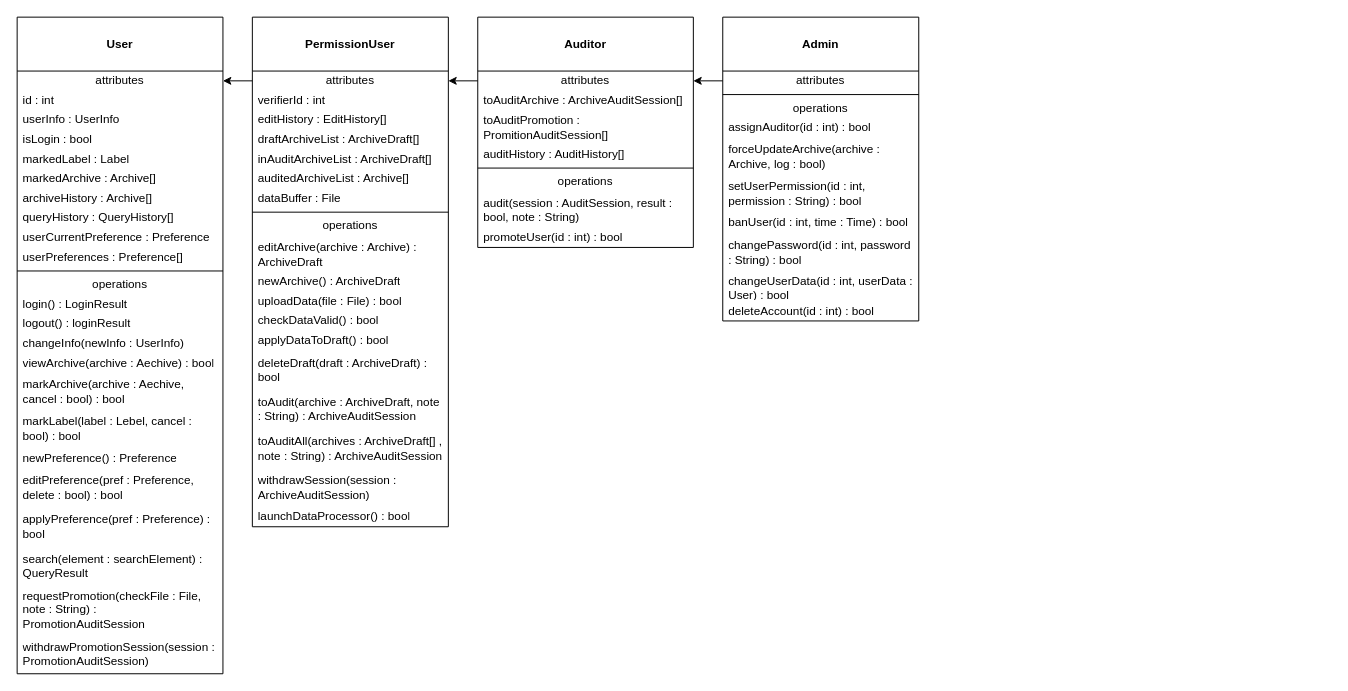
Above: UML类图.drawio in icemeowzhi/uml (draw.io), before the change. Source tidied: cells renumbered, new cells numbered last; positions are measured from the earlier drawing's top-left corner, leaving out a move shared by most shapes. Both pictures are drawn from the tidied source at 98%, with x=0, y=0 at pixel (17, 17).
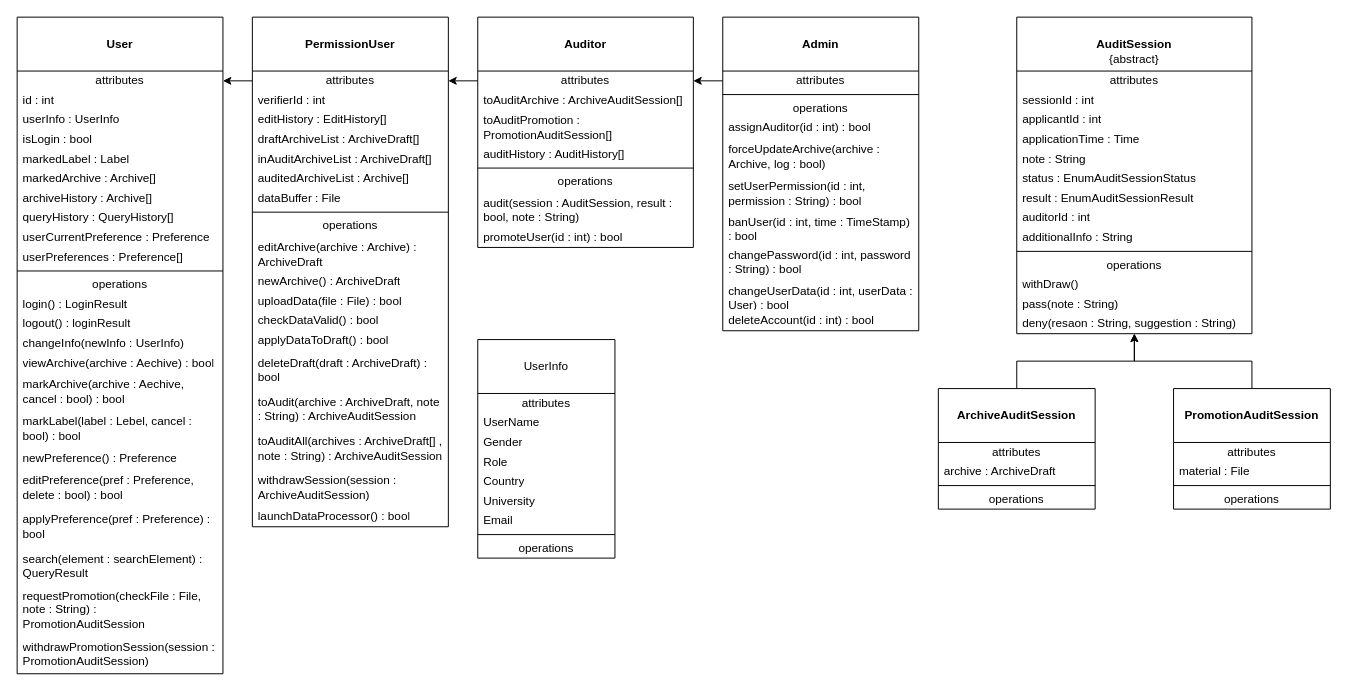
Above is the later version.

Unchanged cells that the change refers to:
```xml
<mxCell id="58" value="&lt;br&gt;&lt;b&gt;Auditor&lt;/b&gt;&lt;br&gt;" style="swimlane;fontStyle=0;align=center;verticalAlign=top;horizontal=1;startSize=55;html=1;whiteSpace=wrap;" parent="1" vertex="1">
  <mxGeometry x="470" width="220" height="235" as="geometry" />
</mxCell>
```

The edit, as a diff of the source:
```diff
@@
     <mxCell id="47" value="&lt;br&gt;&lt;b&gt;Admin&lt;/b&gt;" style="swimlane;fontStyle=0;align=center;verticalAlign=top;horizontal=1;startSize=55;html=1;whiteSpace=wrap;" parent="1" vertex="1">
-      <mxGeometry x="720" width="200" height="310" as="geometry" />
+      <mxGeometry x="720" width="200" height="320" as="geometry" />
     </mxCell>
@@
-    <mxCell id="54" value="banUser(id : int, time : Time) : bool" style="text;html=1;strokeColor=none;fillColor=none;align=left;verticalAlign=middle;spacingLeft=4;spacingRight=4;overflow=hidden;whiteSpace=wrap;" parent="47" vertex="1">
-      <mxGeometry y="200" width="200" height="20" as="geometry" />
+    <mxCell id="54" value="banUser(id : int, time : TimeStamp) : bool" style="text;html=1;strokeColor=none;fillColor=none;align=left;verticalAlign=middle;spacingLeft=4;spacingRight=4;overflow=hidden;whiteSpace=wrap;" parent="47" vertex="1">
+      <mxGeometry y="200" width="200" height="30" as="geometry" />
     </mxCell>
     <mxCell id="55" value="changePassword(id : int, password : String) : bool" style="text;html=1;strokeColor=none;fillColor=none;align=left;verticalAlign=middle;spacingLeft=4;spacingRight=4;overflow=hidden;whiteSpace=wrap;" parent="47" vertex="1">
-      <mxGeometry y="220" width="200" height="40" as="geometry" />
+      <mxGeometry y="230" width="200" height="40" as="geometry" />
     </mxCell>
     <mxCell id="56" value="changeUserData(id : int, userData : User) : bool" style="text;html=1;strokeColor=none;fillColor=none;align=left;verticalAlign=middle;spacingLeft=4;spacingRight=4;overflow=hidden;whiteSpace=wrap;" parent="47" vertex="1">
-      <mxGeometry y="260" width="200" height="30" as="geometry" />
+      <mxGeometry y="270" width="200" height="30" as="geometry" />
     </mxCell>
     <mxCell id="57" value="&lt;div&gt;deleteAccount(id : int) : bool&lt;/div&gt;" style="text;html=1;strokeColor=none;fillColor=none;align=left;verticalAlign=middle;spacingLeft=4;spacingRight=4;overflow=hidden;whiteSpace=wrap;" parent="47" vertex="1">
-      <mxGeometry y="290" width="200" height="20" as="geometry" />
+      <mxGeometry y="300" width="200" height="20" as="geometry" />
     </mxCell>
@@
-    <mxCell id="61" value="toAuditPromotion : PromitionAuditSession[]" style="text;html=1;strokeColor=none;fillColor=none;align=left;verticalAlign=middle;spacingLeft=4;spacingRight=4;overflow=hidden;whiteSpace=wrap;" parent="58" vertex="1">
+    <mxCell id="61" value="toAuditPromotion : PromotionAuditSession[]" style="text;html=1;strokeColor=none;fillColor=none;align=left;verticalAlign=middle;spacingLeft=4;spacingRight=4;overflow=hidden;whiteSpace=wrap;" parent="58" vertex="1">
       <mxGeometry y="95" width="220" height="35" as="geometry" />
     </mxCell>
@@
+    <mxCell id="70" value="&lt;br&gt;UserInfo" style="swimlane;fontStyle=0;align=center;verticalAlign=top;horizontal=1;startSize=55;html=1;whiteSpace=wrap;" parent="1" vertex="1">
+      <mxGeometry x="470" y="329" width="140" height="223" as="geometry" />
+    </mxCell>
+    <mxCell id="71" value="attributes" style="text;html=1;strokeColor=none;fillColor=none;align=center;verticalAlign=middle;spacingLeft=4;spacingRight=4;overflow=hidden;whiteSpace=wrap;" parent="70" vertex="1">
+      <mxGeometry y="55" width="140" height="20" as="geometry" />
+    </mxCell>
+    <mxCell id="72" value="UserName" style="text;html=1;strokeColor=none;fillColor=none;align=left;verticalAlign=middle;spacingLeft=4;spacingRight=4;overflow=hidden;whiteSpace=wrap;" parent="70" vertex="1">
+      <mxGeometry y="75" width="140" height="20" as="geometry" />
+    </mxCell>
+    <mxCell id="73" value="Gender" style="text;html=1;strokeColor=none;fillColor=none;align=left;verticalAlign=middle;spacingLeft=4;spacingRight=4;overflow=hidden;whiteSpace=wrap;" parent="70" vertex="1">
+      <mxGeometry y="95" width="140" height="20" as="geometry" />
+    </mxCell>
+    <mxCell id="74" value="&lt;div&gt;Role&lt;/div&gt;&lt;div&gt;&lt;br&gt;&lt;/div&gt;" style="text;html=1;strokeColor=none;fillColor=none;align=left;verticalAlign=middle;spacingLeft=4;spacingRight=4;overflow=hidden;whiteSpace=wrap;" parent="70" vertex="1">
+      <mxGeometry y="115" width="140" height="20" as="geometry" />
+    </mxCell>
+    <mxCell id="75" value="Country" style="text;html=1;strokeColor=none;fillColor=none;align=left;verticalAlign=middle;spacingLeft=4;spacingRight=4;overflow=hidden;whiteSpace=wrap;" parent="70" vertex="1">
+      <mxGeometry y="135" width="140" height="20" as="geometry" />
+    </mxCell>
+    <mxCell id="76" value="University" style="text;html=1;strokeColor=none;fillColor=none;align=left;verticalAlign=middle;spacingLeft=4;spacingRight=4;overflow=hidden;whiteSpace=wrap;" parent="70" vertex="1">
+      <mxGeometry y="155" width="140" height="20" as="geometry" />
+    </mxCell>
+    <mxCell id="77" value="Email" style="text;html=1;strokeColor=none;fillColor=none;align=left;verticalAlign=middle;spacingLeft=4;spacingRight=4;overflow=hidden;whiteSpace=wrap;" parent="70" vertex="1">
+      <mxGeometry y="175" width="140" height="20" as="geometry" />
+    </mxCell>
+    <mxCell id="78" style="line;strokeWidth=1;fillColor=none;align=left;verticalAlign=middle;spacingTop=-1;spacingLeft=3;spacingRight=3;labelPosition=right;" parent="70" vertex="1">
+      <mxGeometry y="195" width="140" height="8" as="geometry" />
+    </mxCell>
+    <mxCell id="79" value="operations" style="text;html=1;strokeColor=none;fillColor=none;align=center;verticalAlign=middle;spacingLeft=4;spacingRight=4;overflow=hidden;whiteSpace=wrap;" parent="70" vertex="1">
+      <mxGeometry y="203" width="140" height="20" as="geometry" />
+    </mxCell>
+    <mxCell id="80" value="&lt;br&gt;&lt;div&gt;&lt;b&gt;AuditSession&lt;/b&gt;&lt;/div&gt;&lt;div&gt;{abstract}&lt;b&gt;&lt;br&gt;&lt;/b&gt;&lt;/div&gt;" style="swimlane;fontStyle=0;align=center;verticalAlign=top;horizontal=1;startSize=55;html=1;whiteSpace=wrap;" parent="1" vertex="1">
+      <mxGeometry x="1020" width="240" height="323" as="geometry" />
+    </mxCell>
+    <mxCell id="81" value="attributes" style="text;html=1;strokeColor=none;fillColor=none;align=center;verticalAlign=middle;spacingLeft=4;spacingRight=4;overflow=hidden;whiteSpace=wrap;" parent="80" vertex="1">
+      <mxGeometry y="55" width="240" height="20" as="geometry" />
+    </mxCell>
+    <mxCell id="82" value="&lt;div&gt;sessionId : int&lt;/div&gt;" style="text;html=1;strokeColor=none;fillColor=none;align=left;verticalAlign=middle;spacingLeft=4;spacingRight=4;overflow=hidden;whiteSpace=wrap;" parent="80" vertex="1">
+      <mxGeometry y="75" width="240" height="20" as="geometry" />
+    </mxCell>
+    <mxCell id="83" value="&lt;div&gt;applicantId : int&lt;/div&gt;" style="text;html=1;strokeColor=none;fillColor=none;align=left;verticalAlign=middle;spacingLeft=4;spacingRight=4;overflow=hidden;whiteSpace=wrap;" parent="80" vertex="1">
+      <mxGeometry y="95" width="240" height="20" as="geometry" />
+    </mxCell>
+    <mxCell id="84" value="applicationTime : Time" style="text;html=1;strokeColor=none;fillColor=none;align=left;verticalAlign=middle;spacingLeft=4;spacingRight=4;overflow=hidden;whiteSpace=wrap;" parent="80" vertex="1">
+      <mxGeometry y="115" width="240" height="20" as="geometry" />
+    </mxCell>
+    <mxCell id="85" value="&lt;div&gt;note : String&lt;/div&gt;" style="text;html=1;strokeColor=none;fillColor=none;align=left;verticalAlign=middle;spacingLeft=4;spacingRight=4;overflow=hidden;whiteSpace=wrap;" parent="80" vertex="1">
+      <mxGeometry y="135" width="240" height="20" as="geometry" />
+    </mxCell>
+    <mxCell id="86" value="status : EnumAuditSessionStatus" style="text;html=1;strokeColor=none;fillColor=none;align=left;verticalAlign=middle;spacingLeft=4;spacingRight=4;overflow=hidden;whiteSpace=wrap;" parent="80" vertex="1">
+      <mxGeometry y="155" width="240" height="20" as="geometry" />
+    </mxCell>
+    <mxCell id="87" value="&lt;div&gt;result : EnumAuditSessionResult&lt;br&gt;&lt;/div&gt;" style="text;html=1;strokeColor=none;fillColor=none;align=left;verticalAlign=middle;spacingLeft=4;spacingRight=4;overflow=hidden;whiteSpace=wrap;" parent="80" vertex="1">
+      <mxGeometry y="175" width="240" height="20" as="geometry" />
+    </mxCell>
+    <mxCell id="88" value="auditorId : int" style="text;html=1;strokeColor=none;fillColor=none;align=left;verticalAlign=middle;spacingLeft=4;spacingRight=4;overflow=hidden;whiteSpace=wrap;" parent="80" vertex="1">
+      <mxGeometry y="195" width="240" height="20" as="geometry" />
+    </mxCell>
+    <mxCell id="89" value="additionalInfo : String" style="text;html=1;strokeColor=none;fillColor=none;align=left;verticalAlign=middle;spacingLeft=4;spacingRight=4;overflow=hidden;whiteSpace=wrap;" parent="80" vertex="1">
+      <mxGeometry y="215" width="240" height="20" as="geometry" />
+    </mxCell>
+    <mxCell id="90" style="line;strokeWidth=1;fillColor=none;align=left;verticalAlign=middle;spacingTop=-1;spacingLeft=3;spacingRight=3;labelPosition=right;" parent="80" vertex="1">
+      <mxGeometry y="235" width="240" height="8" as="geometry" />
+    </mxCell>
+    <mxCell id="91" value="operations" style="text;html=1;strokeColor=none;fillColor=none;align=center;verticalAlign=middle;spacingLeft=4;spacingRight=4;overflow=hidden;whiteSpace=wrap;" parent="80" vertex="1">
+      <mxGeometry y="243" width="240" height="20" as="geometry" />
+    </mxCell>
+    <mxCell id="92" value="&lt;div&gt;withDraw()&lt;/div&gt;" style="text;html=1;strokeColor=none;fillColor=none;align=left;verticalAlign=middle;spacingLeft=4;spacingRight=4;overflow=hidden;whiteSpace=wrap;" parent="80" vertex="1">
+      <mxGeometry y="263" width="240" height="20" as="geometry" />
+    </mxCell>
+    <mxCell id="93" value="pass(note : String)" style="text;html=1;strokeColor=none;fillColor=none;align=left;verticalAlign=middle;spacingLeft=4;spacingRight=4;overflow=hidden;whiteSpace=wrap;" parent="80" vertex="1">
+      <mxGeometry y="283" width="240" height="20" as="geometry" />
+    </mxCell>
+    <mxCell id="94" value="deny(resaon : String, suggestion : String)" style="text;html=1;strokeColor=none;fillColor=none;align=left;verticalAlign=middle;spacingLeft=4;spacingRight=4;overflow=hidden;whiteSpace=wrap;" parent="80" vertex="1">
+      <mxGeometry y="303" width="240" height="20" as="geometry" />
+    </mxCell>
+    <mxCell id="95" style="edgeStyle=orthogonalEdgeStyle;rounded=0;jettySize=auto;html=1;exitX=0.5;exitY=0;exitDx=0;exitDy=0;" parent="1" edge="1" source="96" target="80">
+      <mxGeometry relative="1" as="geometry" />
+    </mxCell>
+    <mxCell id="96" value="&lt;div&gt;&lt;br&gt;&lt;/div&gt;&lt;div&gt;&lt;b&gt;ArchiveAuditSession&lt;/b&gt;&lt;br&gt;&lt;/div&gt;" style="swimlane;fontStyle=0;align=center;verticalAlign=top;horizontal=1;startSize=55;html=1;whiteSpace=wrap;" parent="1" vertex="1">
+      <mxGeometry x="940" y="379" width="160" height="123" as="geometry" />
+    </mxCell>
+    <mxCell id="97" value="attributes" style="text;html=1;strokeColor=none;fillColor=none;align=center;verticalAlign=middle;spacingLeft=4;spacingRight=4;overflow=hidden;whiteSpace=wrap;" parent="96" vertex="1">
+      <mxGeometry y="55" width="160" height="20" as="geometry" />
+    </mxCell>
+    <mxCell id="98" value="archive : ArchiveDraft" style="text;html=1;strokeColor=none;fillColor=none;align=left;verticalAlign=middle;spacingLeft=4;spacingRight=4;overflow=hidden;whiteSpace=wrap;" parent="96" vertex="1">
+      <mxGeometry y="75" width="160" height="20" as="geometry" />
+    </mxCell>
+    <mxCell id="99" style="line;strokeWidth=1;fillColor=none;align=left;verticalAlign=middle;spacingTop=-1;spacingLeft=3;spacingRight=3;labelPosition=right;" parent="96" vertex="1">
+      <mxGeometry y="95" width="160" height="8" as="geometry" />
+    </mxCell>
+    <mxCell id="100" value="operations" style="text;html=1;strokeColor=none;fillColor=none;align=center;verticalAlign=middle;spacingLeft=4;spacingRight=4;overflow=hidden;whiteSpace=wrap;" parent="96" vertex="1">
+      <mxGeometry y="103" width="160" height="20" as="geometry" />
+    </mxCell>
+    <mxCell id="101" style="edgeStyle=orthogonalEdgeStyle;rounded=0;jettySize=auto;html=1;" parent="1" edge="1" source="102" target="80">
+      <mxGeometry relative="1" as="geometry" />
+    </mxCell>
+    <mxCell id="102" value="&lt;div&gt;&lt;br&gt;&lt;/div&gt;&lt;div&gt;&lt;b&gt;PromotionAuditSession&lt;/b&gt;&lt;br&gt;&lt;/div&gt;" style="swimlane;fontStyle=0;align=center;verticalAlign=top;horizontal=1;startSize=55;html=1;whiteSpace=wrap;" parent="1" vertex="1">
+      <mxGeometry x="1180" y="379" width="160" height="123" as="geometry" />
+    </mxCell>
+    <mxCell id="103" value="attributes" style="text;html=1;strokeColor=none;fillColor=none;align=center;verticalAlign=middle;spacingLeft=4;spacingRight=4;overflow=hidden;whiteSpace=wrap;" parent="102" vertex="1">
+      <mxGeometry y="55" width="160" height="20" as="geometry" />
+    </mxCell>
+    <mxCell id="104" value="material : File" style="text;html=1;strokeColor=none;fillColor=none;align=left;verticalAlign=middle;spacingLeft=4;spacingRight=4;overflow=hidden;whiteSpace=wrap;" parent="102" vertex="1">
+      <mxGeometry y="75" width="160" height="20" as="geometry" />
+    </mxCell>
+    <mxCell id="105" style="line;strokeWidth=1;fillColor=none;align=left;verticalAlign=middle;spacingTop=-1;spacingLeft=3;spacingRight=3;labelPosition=right;" parent="102" vertex="1">
+      <mxGeometry y="95" width="160" height="8" as="geometry" />
+    </mxCell>
+    <mxCell id="106" value="operations" style="text;html=1;strokeColor=none;fillColor=none;align=center;verticalAlign=middle;spacingLeft=4;spacingRight=4;overflow=hidden;whiteSpace=wrap;" parent="102" vertex="1">
+      <mxGeometry y="103" width="160" height="20" as="geometry" />
+    </mxCell>
```
